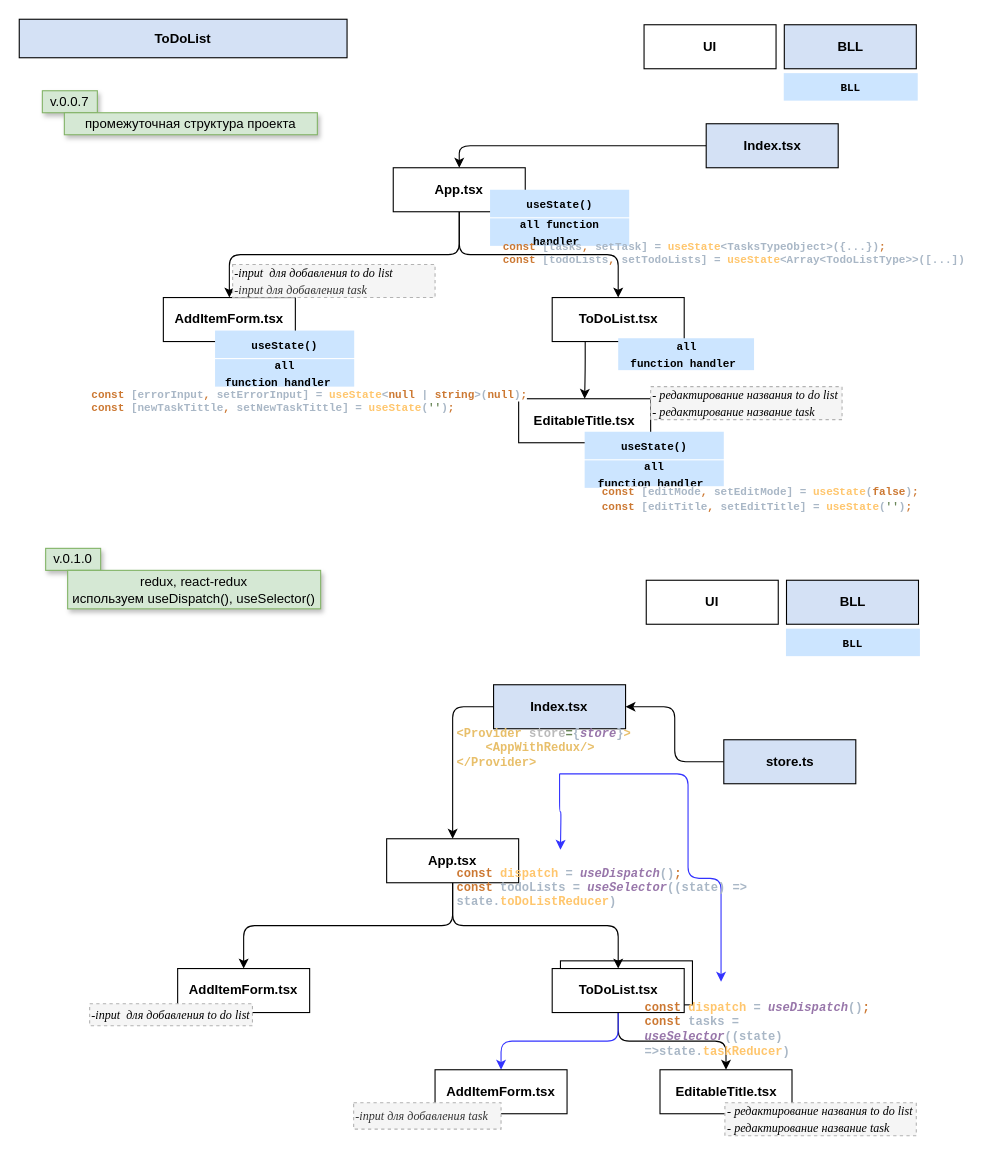
AndrosovMA/ToDoList keeps this draw.io diagram as ToDoList.drawio. Above is the earlier version. Source tidied: cells renumbered, new cells numbered last; positions are measured from the earlier drawing's top-left corner, leaving out a move shared by most shapes. Both pictures are drawn from the tidied source at 110%, with x=0, y=0 at pixel (19, 19).
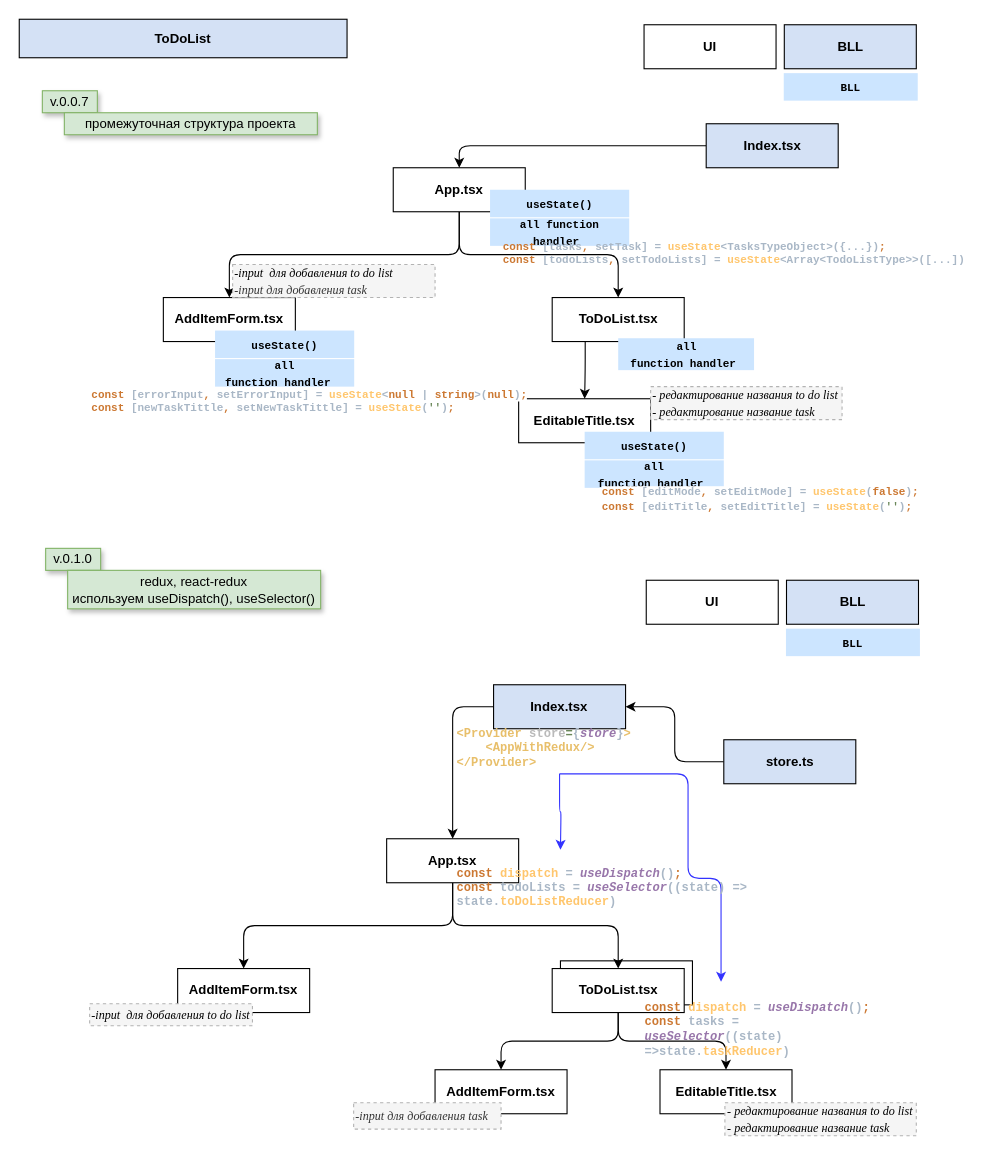
After the change.

The change refers to these unchanged cells:
```xml
<mxCell id="45" value="&lt;b&gt;ToDoList.tsx&lt;/b&gt;" style="rounded=0;whiteSpace=wrap;html=1;fillColor=#FFFFFF;" parent="1" vertex="1">
  <mxGeometry x="484.5" y="863" width="120" height="40" as="geometry" />
</mxCell>
<mxCell id="58" value="&lt;b&gt;AddItemForm.tsx&lt;/b&gt;" style="rounded=0;whiteSpace=wrap;html=1;fillColor=#FFFFFF;" parent="1" vertex="1">
  <mxGeometry x="378" y="955" width="120" height="40" as="geometry" />
</mxCell>
```

What changed in the source:
```diff
@@
-    <mxCell id="44" style="edgeStyle=orthogonalEdgeStyle;rounded=1;jettySize=auto;html=1;exitX=0.5;exitY=1;exitDx=0;exitDy=0;entryX=0.5;entryY=0;entryDx=0;entryDy=0;fontSize=11;strokeColor=#3333FF;" parent="1" edge="1" source="45" target="58">
+    <mxCell id="44" style="edgeStyle=orthogonalEdgeStyle;rounded=1;jettySize=auto;html=1;exitX=0.5;exitY=1;exitDx=0;exitDy=0;entryX=0.5;entryY=0;entryDx=0;entryDy=0;fontSize=11;strokeColor=#000000;" parent="1" edge="1" source="45" target="58">
       <mxGeometry relative="1" as="geometry" />
     </mxCell>
```
